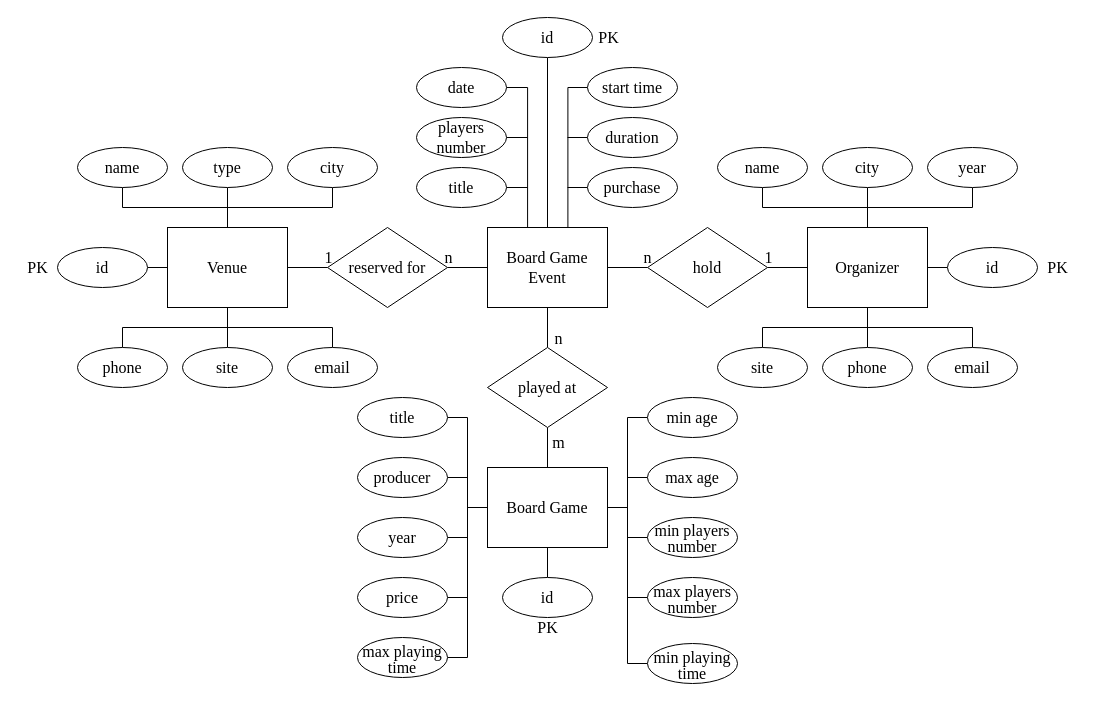
MyMiDiII/bmstu-db keeps this draw.io diagram as lab01/docs/DB-ER.drawio. Above is the earlier version. Source tidied: cells renumbered, new cells numbered last; positions are measured from the earlier drawing's top-left corner, leaving out a move shared by most shapes. Both pictures are drawn from the tidied source at 100%, with x=0, y=0 at pixel (17, 17).
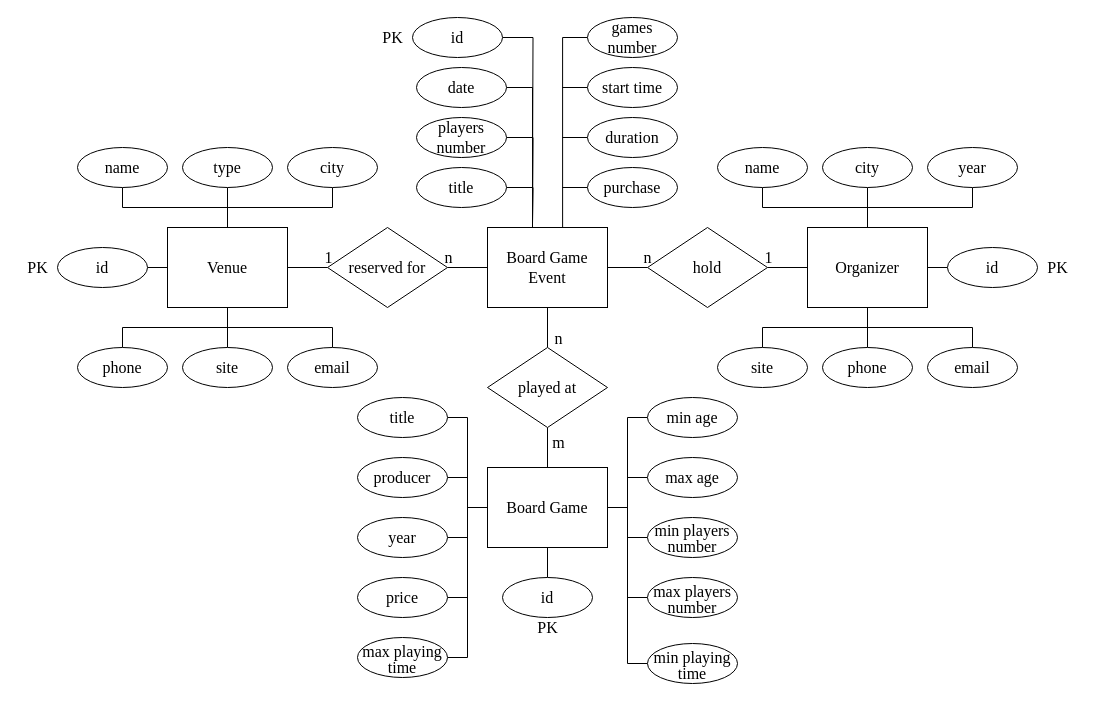
The same page after the edit.

Unchanged cells that the change refers to:
```xml
<mxCell id="9" value="&lt;font face=&quot;Times New Roman&quot; style=&quot;font-size: 16px&quot;&gt;Board Game&lt;br&gt;Event&lt;/font&gt;" style="rounded=0;whiteSpace=wrap;html=1;" parent="1" vertex="1">
  <mxGeometry x="470" y="210" width="120" height="80" as="geometry" />
</mxCell>
<mxCell id="33" value="title" style="ellipse;whiteSpace=wrap;html=1;fontFamily=Times New Roman;fontSize=16;" parent="1" vertex="1">
  <mxGeometry x="399" y="150" width="90" height="40" as="geometry" />
</mxCell>
<mxCell id="35" value="players number" style="ellipse;whiteSpace=wrap;html=1;fontFamily=Times New Roman;fontSize=16;" parent="1" vertex="1">
  <mxGeometry x="399" y="100" width="90" height="40" as="geometry" />
</mxCell>
<mxCell id="36" value="date" style="ellipse;whiteSpace=wrap;html=1;fontFamily=Times New Roman;fontSize=16;" parent="1" vertex="1">
  <mxGeometry x="399" y="50" width="90" height="40" as="geometry" />
</mxCell>
<mxCell id="37" value="start time" style="ellipse;whiteSpace=wrap;html=1;fontFamily=Times New Roman;fontSize=16;" parent="1" vertex="1">
  <mxGeometry x="570" y="50" width="90" height="40" as="geometry" />
</mxCell>
<mxCell id="39" value="duration" style="ellipse;whiteSpace=wrap;html=1;fontFamily=Times New Roman;fontSize=16;" parent="1" vertex="1">
  <mxGeometry x="570" y="100" width="90" height="40" as="geometry" />
</mxCell>
<mxCell id="41" value="purchase" style="ellipse;whiteSpace=wrap;html=1;fontFamily=Times New Roman;fontSize=16;" parent="1" vertex="1">
  <mxGeometry x="570" y="150" width="90" height="40" as="geometry" />
</mxCell>
```

What changed in the source:
```diff
@@
-    <mxCell id="6" style="edgeStyle=orthogonalEdgeStyle;rounded=0;jettySize=auto;html=1;exitX=0.334;exitY=0.004;exitDx=0;exitDy=0;entryX=1;entryY=0.5;entryDx=0;entryDy=0;fontFamily=Times New Roman;fontSize=16;endArrow=none;endFill=0;exitPerimeter=0;" parent="1" edge="1" source="9" target="36">
+    <mxCell id="6" style="edgeStyle=orthogonalEdgeStyle;rounded=0;orthogonalLoop=1;jettySize=auto;html=1;exitX=0.334;exitY=0.004;exitDx=0;exitDy=0;entryX=1;entryY=0.5;entryDx=0;entryDy=0;fontFamily=Times New Roman;fontSize=16;endArrow=none;endFill=0;exitPerimeter=0;" parent="1" edge="1">
       <mxGeometry relative="1" as="geometry">
+        <mxPoint x="510.1" y="210.3" as="sourcePoint" />
+        <mxPoint x="489" y="70" as="targetPoint" />
         <Array as="points">
-          <mxPoint x="510" y="70" />
+          <mxPoint x="515" y="210" />
+          <mxPoint x="515" y="70" />
         </Array>
       </mxGeometry>
     </mxCell>
-    <mxCell id="7" style="edgeStyle=orthogonalEdgeStyle;rounded=0;jettySize=auto;html=1;exitX=0.67;exitY=0.003;exitDx=0;exitDy=0;entryX=0;entryY=0.5;entryDx=0;entryDy=0;fontFamily=Times New Roman;fontSize=16;endArrow=none;endFill=0;exitPerimeter=0;" parent="1" edge="1" source="9" target="37">
-      <mxGeometry relative="1" as="geometry">
-        <Array as="points">
-          <mxPoint x="550" y="70" />
-        </Array>
-      </mxGeometry>
-    </mxCell>
-    <mxCell id="8" style="edgeStyle=orthogonalEdgeStyle;rounded=0;jettySize=auto;html=1;exitX=0.5;exitY=0;exitDx=0;exitDy=0;entryX=0.5;entryY=1;entryDx=0;entryDy=0;fontFamily=Times New Roman;fontSize=16;endArrow=none;endFill=0;" parent="1" edge="1" source="9" target="31">
-      <mxGeometry relative="1" as="geometry" />
-    </mxCell>
@@
+    <mxCell id="89" style="edgeStyle=orthogonalEdgeStyle;rounded=0;jettySize=auto;html=1;exitX=1;exitY=0.5;exitDx=0;exitDy=0;endArrow=none;endFill=0;" parent="1" edge="1" source="31">
+      <mxGeometry relative="1" as="geometry">
+        <mxPoint x="515" y="166" as="targetPoint" />
+      </mxGeometry>
+    </mxCell>
     <mxCell id="31" value="id" style="ellipse;whiteSpace=wrap;html=1;fontFamily=Times New Roman;fontSize=16;" parent="1" vertex="1">
-      <mxGeometry x="485" width="90" height="40" as="geometry" />
+      <mxGeometry x="395" width="90" height="40" as="geometry" />
     </mxCell>
     <mxCell id="32" style="edgeStyle=orthogonalEdgeStyle;rounded=0;jettySize=auto;html=1;exitX=1;exitY=0.5;exitDx=0;exitDy=0;fontFamily=Times New Roman;fontSize=16;endArrow=none;endFill=0;" parent="1" edge="1" source="33">
       <mxGeometry relative="1" as="geometry">
-        <mxPoint x="510" y="170" as="targetPoint" />
+        <mxPoint x="515" y="206" as="targetPoint" />
       </mxGeometry>
     </mxCell>
@@
     <mxCell id="34" style="edgeStyle=orthogonalEdgeStyle;rounded=0;jettySize=auto;html=1;exitX=1;exitY=0.5;exitDx=0;exitDy=0;fontFamily=Times New Roman;fontSize=16;endArrow=none;endFill=0;" parent="1" edge="1" source="35">
       <mxGeometry relative="1" as="geometry">
-        <mxPoint x="510" y="120" as="targetPoint" />
+        <mxPoint x="515" y="206" as="targetPoint" />
       </mxGeometry>
     </mxCell>
@@
+    <mxCell id="90" style="edgeStyle=orthogonalEdgeStyle;rounded=0;jettySize=auto;html=1;exitX=0;exitY=0.5;exitDx=0;exitDy=0;endArrow=none;endFill=0;" parent="1" edge="1" source="37">
+      <mxGeometry relative="1" as="geometry">
+        <mxPoint x="545" y="70" as="targetPoint" />
+      </mxGeometry>
+    </mxCell>
@@
     <mxCell id="38" style="edgeStyle=orthogonalEdgeStyle;rounded=0;jettySize=auto;html=1;exitX=0;exitY=0.5;exitDx=0;exitDy=0;fontFamily=Times New Roman;fontSize=16;endArrow=none;endFill=0;" parent="1" edge="1" source="39">
       <mxGeometry relative="1" as="geometry">
-        <mxPoint x="550" y="120" as="targetPoint" />
+        <mxPoint x="545" y="120" as="targetPoint" />
       </mxGeometry>
     </mxCell>
@@
     <mxCell id="40" style="edgeStyle=orthogonalEdgeStyle;rounded=0;jettySize=auto;html=1;exitX=0;exitY=0.5;exitDx=0;exitDy=0;fontFamily=Times New Roman;fontSize=16;endArrow=none;endFill=0;" parent="1" edge="1" source="41">
       <mxGeometry relative="1" as="geometry">
-        <mxPoint x="550" y="170" as="targetPoint" />
+        <mxPoint x="545" y="170" as="targetPoint" />
       </mxGeometry>
     </mxCell>
@@
     <mxCell id="42" value="PK" style="text;html=1;align=center;verticalAlign=middle;strokeColor=none;fillColor=none;fontSize=16;fontFamily=Times New Roman;" parent="1" vertex="1">
-      <mxGeometry x="571" y="10" width="40" height="20" as="geometry" />
+      <mxGeometry x="355" y="10" width="40" height="20" as="geometry" />
     </mxCell>
@@
+    <mxCell id="91" style="edgeStyle=orthogonalEdgeStyle;rounded=0;jettySize=auto;html=1;exitX=0;exitY=0.5;exitDx=0;exitDy=0;entryX=0.626;entryY=0.006;entryDx=0;entryDy=0;entryPerimeter=0;endArrow=none;endFill=0;" parent="1" edge="1" source="92" target="9">
+      <mxGeometry relative="1" as="geometry" />
+    </mxCell>
+    <mxCell id="92" value="games number" style="ellipse;whiteSpace=wrap;html=1;fontFamily=Times New Roman;fontSize=16;" parent="1" vertex="1">
+      <mxGeometry x="570" width="90" height="40" as="geometry" />
+    </mxCell>
```
